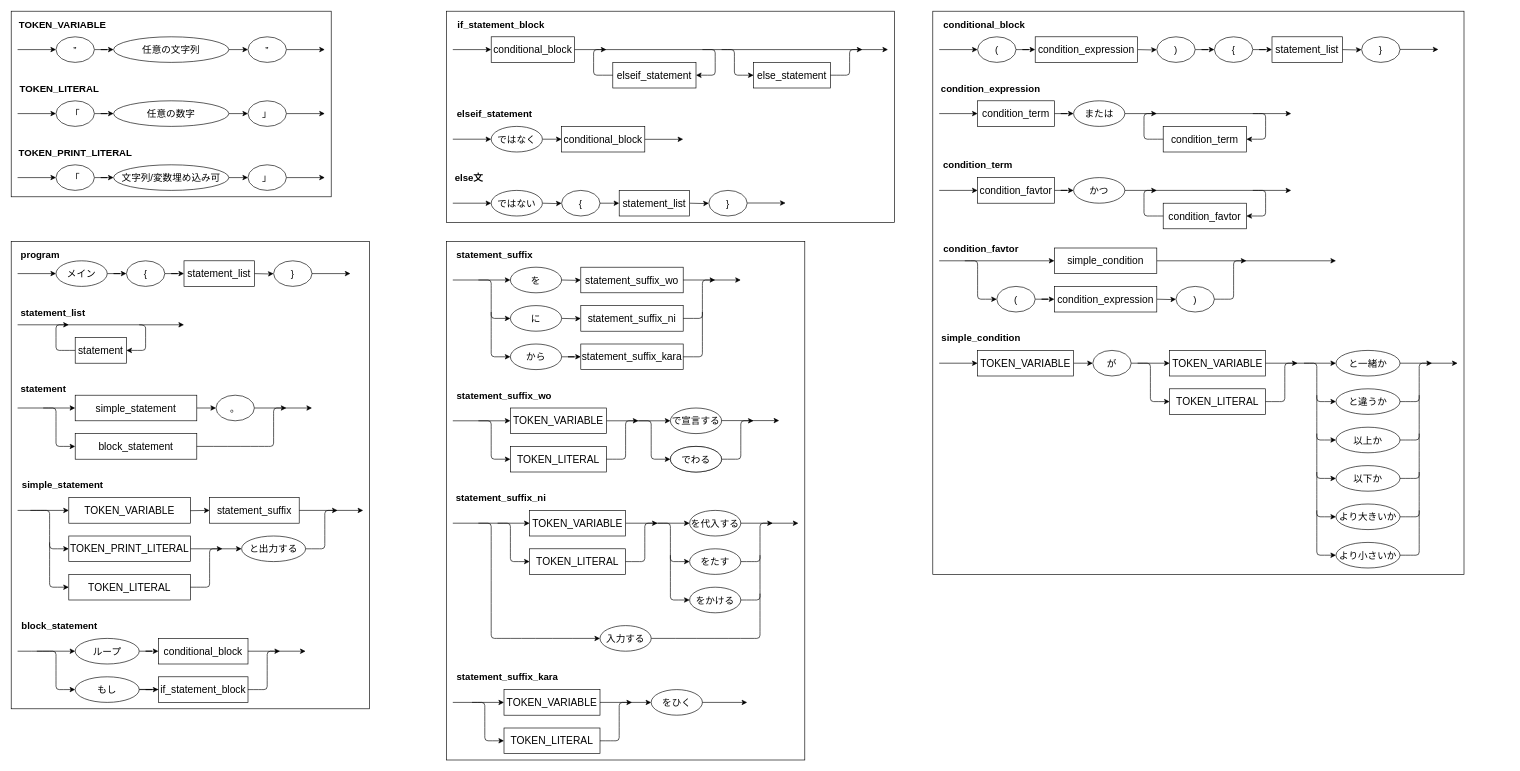
The draw.io diagram docs/japanese_c_lang.drawio in NAoMi-1242/japanese_c_lang, before the edit. Source tidied: cells renumbered, new cells numbered last; positions are measured from the earlier drawing's top-left corner, leaving out a move shared by most shapes. Both pictures are drawn from the tidied source at 64%, with x=0, y=0 at pixel (11, 11).
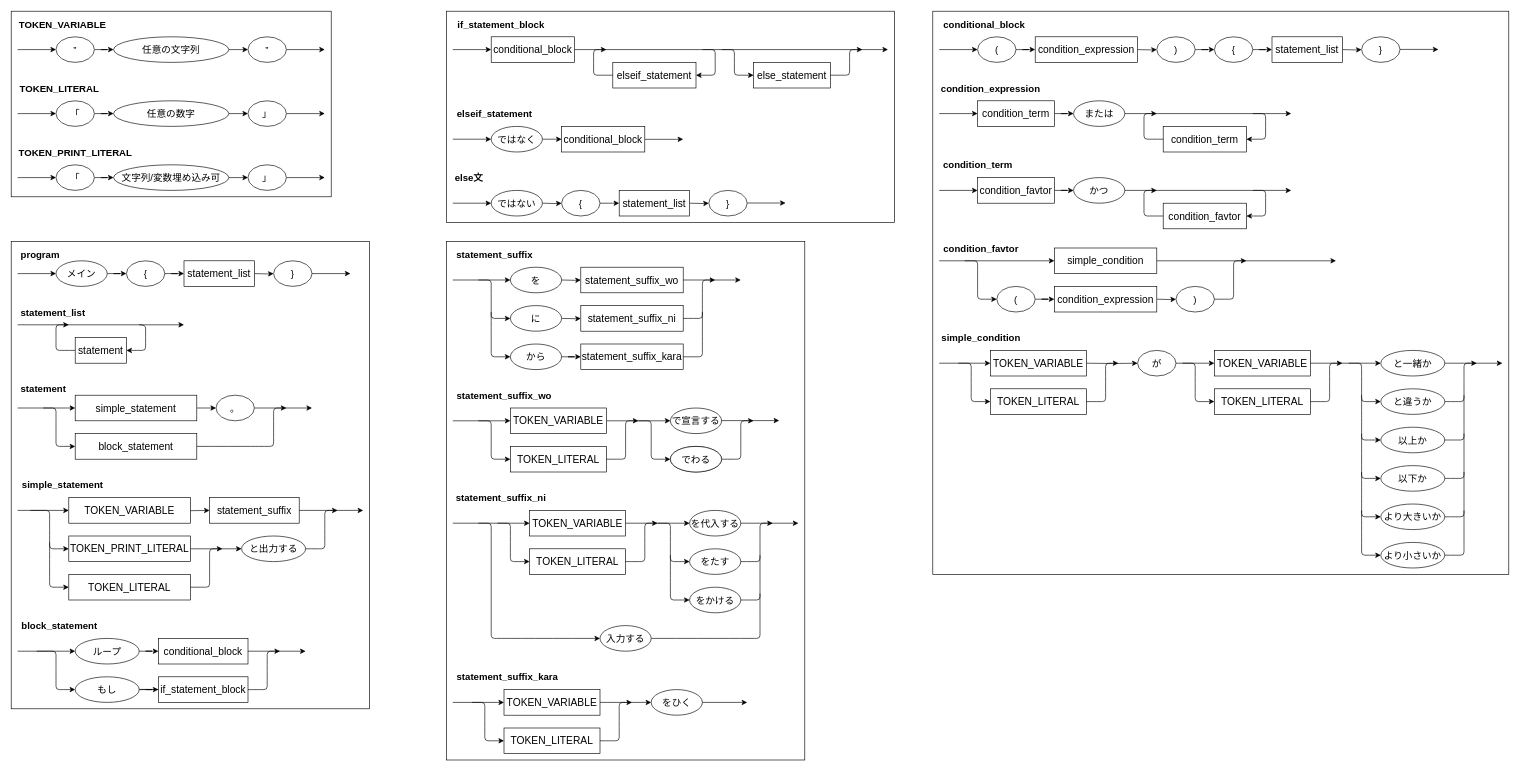
The same diagram, later.

Diff of the diagram source:
```diff
@@
     <mxCell id="4" style="rounded=0;whiteSpace=wrap;html=1;" parent="1" vertex="1">
-      <mxGeometry x="1440" width="830" height="880" as="geometry" />
+      <mxGeometry x="1440" width="900" height="880" as="geometry" />
     </mxCell>
@@
     <mxCell id="134" style="curved=1;endArrow=classic;html=1;rounded=0;entryX=0;entryY=0.5;entryDx=0;entryDy=0;" parent="1" edge="1">
       <mxGeometry relative="1" as="geometry">
-        <mxPoint x="2020" y="550" as="sourcePoint" />
-        <mxPoint x="2070" y="610" as="targetPoint" />
+        <mxPoint x="2090" y="550" as="sourcePoint" />
+        <mxPoint x="2140" y="610" as="targetPoint" />
         <Array as="points">
-          <mxPoint x="2030" y="550" />
-          <mxPoint x="2040" y="550" />
-          <mxPoint x="2040" y="560" />
-          <mxPoint x="2040" y="600" />
-          <mxPoint x="2040" y="610" />
-          <mxPoint x="2050" y="610" />
+          <mxPoint x="2100" y="550" />
+          <mxPoint x="2110" y="550" />
+          <mxPoint x="2110" y="560" />
+          <mxPoint x="2110" y="600" />
+          <mxPoint x="2110" y="610" />
+          <mxPoint x="2120" y="610" />
         </Array>
       </mxGeometry>
     </mxCell>
-    <mxCell id="135" style="edgeStyle=orthogonalEdgeStyle;rounded=0;orthogonalLoop=1;jettySize=auto;html=1;" parent="1" edge="1">
+    <mxCell id="135" style="edgeStyle=orthogonalEdgeStyle;rounded=0;jettySize=auto;html=1;entryX=0;entryY=0.5;entryDx=0;entryDy=0;" parent="1" edge="1" target="145">
       <mxGeometry relative="1" as="geometry">
-        <mxPoint x="1660" y="550" as="sourcePoint" />
-        <mxPoint x="1690" y="550" as="targetPoint" />
+        <mxPoint x="1680" y="550" as="sourcePoint" />
       </mxGeometry>
     </mxCell>
     <mxCell id="136" value="TOKEN_VARIABLE" style="rounded=0;whiteSpace=wrap;html=1;fontSize=16;" parent="1" vertex="1">
-      <mxGeometry x="1510" y="530" width="150" height="40" as="geometry" />
+      <mxGeometry x="1530" y="530" width="150" height="40" as="geometry" />
     </mxCell>
     <mxCell id="137" style="curved=1;endArrow=classic;html=1;rounded=0;entryX=0;entryY=0.5;entryDx=0;entryDy=0;" parent="1" edge="1">
       <mxGeometry relative="1" as="geometry">
-        <mxPoint x="2040" y="660" as="sourcePoint" />
-        <mxPoint x="2070" y="730" as="targetPoint" />
+        <mxPoint x="2110" y="660" as="sourcePoint" />
+        <mxPoint x="2140" y="730" as="targetPoint" />
         <Array as="points">
-          <mxPoint x="2040" y="690" />
-          <mxPoint x="2040" y="700" />
-          <mxPoint x="2040" y="720" />
-          <mxPoint x="2040" y="730" />
-          <mxPoint x="2050" y="730" />
+          <mxPoint x="2110" y="690" />
+          <mxPoint x="2110" y="700" />
+          <mxPoint x="2110" y="720" />
+          <mxPoint x="2110" y="730" />
+          <mxPoint x="2120" y="730" />
         </Array>
       </mxGeometry>
     </mxCell>
     <mxCell id="138" style="curved=1;endArrow=classic;html=1;rounded=0;entryX=0;entryY=0.5;entryDx=0;entryDy=0;" parent="1" edge="1">
       <mxGeometry relative="1" as="geometry">
-        <mxPoint x="2040" y="720" as="sourcePoint" />
-        <mxPoint x="2070" y="790" as="targetPoint" />
+        <mxPoint x="2110" y="720" as="sourcePoint" />
+        <mxPoint x="2140" y="790" as="targetPoint" />
         <Array as="points">
-          <mxPoint x="2040" y="750" />
-          <mxPoint x="2040" y="760" />
-          <mxPoint x="2040" y="780" />
-          <mxPoint x="2040" y="790" />
-          <mxPoint x="2050" y="790" />
+          <mxPoint x="2110" y="750" />
+          <mxPoint x="2110" y="760" />
+          <mxPoint x="2110" y="780" />
+          <mxPoint x="2110" y="790" />
+          <mxPoint x="2120" y="790" />
         </Array>
       </mxGeometry>
     </mxCell>
     <mxCell id="139" style="curved=1;endArrow=classic;html=1;rounded=0;exitX=1;exitY=0.5;exitDx=0;exitDy=0;" parent="1" edge="1">
       <mxGeometry relative="1" as="geometry">
-        <mxPoint x="2170" y="610" as="sourcePoint" />
-        <mxPoint x="2220" y="550" as="targetPoint" />
+        <mxPoint x="2240" y="610" as="sourcePoint" />
+        <mxPoint x="2290" y="550" as="targetPoint" />
         <Array as="points">
-          <mxPoint x="2190" y="610" />
-          <mxPoint x="2200" y="610" />
-          <mxPoint x="2200" y="600" />
-          <mxPoint x="2200" y="560" />
-          <mxPoint x="2200" y="550" />
-          <mxPoint x="2210" y="550" />
+          <mxPoint x="2260" y="610" />
+          <mxPoint x="2270" y="610" />
+          <mxPoint x="2270" y="600" />
+          <mxPoint x="2270" y="560" />
+          <mxPoint x="2270" y="550" />
+          <mxPoint x="2280" y="550" />
         </Array>
       </mxGeometry>
     </mxCell>
     <mxCell id="140" style="curved=1;endArrow=none;html=1;rounded=0;endFill=0;exitX=1;exitY=0.5;exitDx=0;exitDy=0;" parent="1" edge="1">
       <mxGeometry relative="1" as="geometry">
-        <mxPoint x="2170" y="730" as="sourcePoint" />
-        <mxPoint x="2200" y="660" as="targetPoint" />
+        <mxPoint x="2240" y="730" as="sourcePoint" />
+        <mxPoint x="2270" y="660" as="targetPoint" />
         <Array as="points">
-          <mxPoint x="2190" y="730" />
-          <mxPoint x="2200" y="730" />
-          <mxPoint x="2200" y="720" />
+          <mxPoint x="2260" y="730" />
+          <mxPoint x="2270" y="730" />
+          <mxPoint x="2270" y="720" />
         </Array>
       </mxGeometry>
     </mxCell>
     <mxCell id="141" style="curved=1;endArrow=none;html=1;rounded=0;endFill=0;exitX=1;exitY=0.5;exitDx=0;exitDy=0;" parent="1" edge="1">
       <mxGeometry relative="1" as="geometry">
-        <mxPoint x="2170" y="790" as="sourcePoint" />
-        <mxPoint x="2200" y="720" as="targetPoint" />
+        <mxPoint x="2240" y="790" as="sourcePoint" />
+        <mxPoint x="2270" y="720" as="targetPoint" />
         <Array as="points">
-          <mxPoint x="2190" y="790" />
-          <mxPoint x="2200" y="790" />
-          <mxPoint x="2200" y="780" />
+          <mxPoint x="2260" y="790" />
+          <mxPoint x="2270" y="790" />
+          <mxPoint x="2270" y="780" />
         </Array>
       </mxGeometry>
     </mxCell>
     <mxCell id="142" style="endArrow=classic;html=1;rounded=0;" parent="1" edge="1">
       <mxGeometry relative="1" as="geometry">
-        <mxPoint x="2170" y="550" as="sourcePoint" />
-        <mxPoint x="2260" y="550" as="targetPoint" />
+        <mxPoint x="2240" y="550" as="sourcePoint" />
+        <mxPoint x="2330" y="550" as="targetPoint" />
       </mxGeometry>
     </mxCell>
     <mxCell id="143" value="以上か" style="ellipse;whiteSpace=wrap;html=1;fontSize=15;" parent="1" vertex="1">
-      <mxGeometry x="2070" y="650" width="100" height="40" as="geometry" />
+      <mxGeometry x="2140" y="650" width="100" height="40" as="geometry" />
     </mxCell>
@@
     <mxCell id="145" value="が" style="ellipse;whiteSpace=wrap;html=1;fontSize=15;" parent="1" vertex="1">
-      <mxGeometry x="1690" y="530" width="60" height="40" as="geometry" />
+      <mxGeometry x="1760" y="530" width="60" height="40" as="geometry" />
     </mxCell>
     <mxCell id="146" value="TOKEN_VARIABLE" style="rounded=0;whiteSpace=wrap;html=1;fontSize=16;" parent="1" vertex="1">
-      <mxGeometry x="1810" y="530" width="150" height="40" as="geometry" />
+      <mxGeometry x="1880" y="530" width="150" height="40" as="geometry" />
     </mxCell>
     <mxCell id="147" value="と一緒か" style="ellipse;whiteSpace=wrap;html=1;fontSize=15;" parent="1" vertex="1">
-      <mxGeometry x="2070" y="530" width="100" height="40" as="geometry" />
+      <mxGeometry x="2140" y="530" width="100" height="40" as="geometry" />
     </mxCell>
     <mxCell id="148" value="以下か" style="ellipse;whiteSpace=wrap;html=1;fontSize=15;" parent="1" vertex="1">
-      <mxGeometry x="2070" y="710" width="100" height="40" as="geometry" />
+      <mxGeometry x="2140" y="710" width="100" height="40" as="geometry" />
     </mxCell>
     <mxCell id="149" value="より大きいか" style="ellipse;whiteSpace=wrap;html=1;fontSize=15;" parent="1" vertex="1">
-      <mxGeometry x="2070" y="770" width="100" height="40" as="geometry" />
+      <mxGeometry x="2140" y="770" width="100" height="40" as="geometry" />
     </mxCell>
     <mxCell id="150" value="より小さいか" style="ellipse;whiteSpace=wrap;html=1;fontSize=15;" parent="1" vertex="1">
-      <mxGeometry x="2070" y="830" width="100" height="40" as="geometry" />
+      <mxGeometry x="2140" y="830" width="100" height="40" as="geometry" />
     </mxCell>
     <mxCell id="151" style="curved=1;endArrow=none;html=1;rounded=0;endFill=0;exitX=1;exitY=0.5;exitDx=0;exitDy=0;" parent="1" edge="1">
       <mxGeometry relative="1" as="geometry">
-        <mxPoint x="2170" y="850" as="sourcePoint" />
-        <mxPoint x="2200" y="780" as="targetPoint" />
+        <mxPoint x="2240" y="850" as="sourcePoint" />
+        <mxPoint x="2270" y="780" as="targetPoint" />
         <Array as="points">
-          <mxPoint x="2190" y="850" />
-          <mxPoint x="2200" y="850" />
-          <mxPoint x="2200" y="840" />
+          <mxPoint x="2260" y="850" />
+          <mxPoint x="2270" y="850" />
+          <mxPoint x="2270" y="840" />
         </Array>
       </mxGeometry>
     </mxCell>
     <mxCell id="152" style="curved=1;endArrow=classic;html=1;rounded=0;entryX=0;entryY=0.5;entryDx=0;entryDy=0;" parent="1" edge="1">
       <mxGeometry relative="1" as="geometry">
-        <mxPoint x="2040" y="780" as="sourcePoint" />
-        <mxPoint x="2070" y="850" as="targetPoint" />
+        <mxPoint x="2110" y="780" as="sourcePoint" />
+        <mxPoint x="2140" y="850" as="targetPoint" />
         <Array as="points">
-          <mxPoint x="2040" y="810" />
-          <mxPoint x="2040" y="820" />
-          <mxPoint x="2040" y="840" />
-          <mxPoint x="2040" y="850" />
-          <mxPoint x="2050" y="850" />
+          <mxPoint x="2110" y="810" />
+          <mxPoint x="2110" y="820" />
+          <mxPoint x="2110" y="840" />
+          <mxPoint x="2110" y="850" />
+          <mxPoint x="2120" y="850" />
         </Array>
       </mxGeometry>
     </mxCell>
     <mxCell id="153" style="endArrow=classic;html=1;rounded=0;exitX=1;exitY=0.5;exitDx=0;exitDy=0;" parent="1" edge="1">
       <mxGeometry relative="1" as="geometry">
-        <mxPoint x="1960" y="550" as="sourcePoint" />
-        <mxPoint x="2070" y="550" as="targetPoint" />
+        <mxPoint x="2030" y="550" as="sourcePoint" />
+        <mxPoint x="2140" y="550" as="targetPoint" />
       </mxGeometry>
     </mxCell>
@@
     <mxCell id="156" style="curved=1;endArrow=classic;html=1;rounded=0;entryX=0;entryY=0.5;entryDx=0;entryDy=0;" parent="1" edge="1">
       <mxGeometry relative="1" as="geometry">
-        <mxPoint x="1760" y="550" as="sourcePoint" />
-        <mxPoint x="1810" y="610" as="targetPoint" />
+        <mxPoint x="1830" y="550" as="sourcePoint" />
+        <mxPoint x="1880" y="610" as="targetPoint" />
         <Array as="points">
-          <mxPoint x="1770" y="550" />
-          <mxPoint x="1780" y="550" />
-          <mxPoint x="1780" y="560" />
-          <mxPoint x="1780" y="600" />
-          <mxPoint x="1780" y="610" />
-          <mxPoint x="1790" y="610" />
+          <mxPoint x="1840" y="550" />
+          <mxPoint x="1850" y="550" />
+          <mxPoint x="1850" y="560" />
+          <mxPoint x="1850" y="600" />
+          <mxPoint x="1850" y="610" />
+          <mxPoint x="1860" y="610" />
         </Array>
       </mxGeometry>
     </mxCell>
     <mxCell id="157" value="TOKEN_LITERAL" style="rounded=0;whiteSpace=wrap;html=1;fontSize=16;" parent="1" vertex="1">
-      <mxGeometry x="1810" y="590" width="150" height="40" as="geometry" />
+      <mxGeometry x="1880" y="590" width="150" height="40" as="geometry" />
     </mxCell>
     <mxCell id="158" style="curved=1;endArrow=classic;html=1;rounded=0;exitX=1;exitY=0.5;exitDx=0;exitDy=0;" parent="1" edge="1">
       <mxGeometry relative="1" as="geometry">
-        <mxPoint x="1960" y="610" as="sourcePoint" />
-        <mxPoint x="2010" y="550" as="targetPoint" />
+        <mxPoint x="2030" y="610" as="sourcePoint" />
+        <mxPoint x="2080" y="550" as="targetPoint" />
         <Array as="points">
-          <mxPoint x="1980" y="610" />
-          <mxPoint x="1990" y="610" />
-          <mxPoint x="1990" y="600" />
-          <mxPoint x="1990" y="560" />
-          <mxPoint x="1990" y="550" />
-          <mxPoint x="2000" y="550" />
+          <mxPoint x="2050" y="610" />
+          <mxPoint x="2060" y="610" />
+          <mxPoint x="2060" y="600" />
+          <mxPoint x="2060" y="560" />
+          <mxPoint x="2060" y="550" />
+          <mxPoint x="2070" y="550" />
         </Array>
       </mxGeometry>
     </mxCell>
@@
     <mxCell id="231" value="と違うか" style="ellipse;whiteSpace=wrap;html=1;fontSize=15;" parent="1" vertex="1">
-      <mxGeometry x="2070" y="590" width="100" height="40" as="geometry" />
+      <mxGeometry x="2140" y="590" width="100" height="40" as="geometry" />
     </mxCell>
     <mxCell id="232" style="curved=1;endArrow=classic;html=1;rounded=0;entryX=0;entryY=0.5;entryDx=0;entryDy=0;" parent="1" edge="1">
       <mxGeometry relative="1" as="geometry">
-        <mxPoint x="2040" y="600" as="sourcePoint" />
-        <mxPoint x="2070" y="670" as="targetPoint" />
+        <mxPoint x="2110" y="600" as="sourcePoint" />
+        <mxPoint x="2140" y="670" as="targetPoint" />
         <Array as="points">
-          <mxPoint x="2040" y="630" />
-          <mxPoint x="2040" y="640" />
-          <mxPoint x="2040" y="660" />
-          <mxPoint x="2040" y="670" />
-          <mxPoint x="2050" y="670" />
+          <mxPoint x="2110" y="630" />
+          <mxPoint x="2110" y="640" />
+          <mxPoint x="2110" y="660" />
+          <mxPoint x="2110" y="670" />
+          <mxPoint x="2120" y="670" />
         </Array>
       </mxGeometry>
     </mxCell>
     <mxCell id="233" style="curved=1;endArrow=none;html=1;rounded=0;endFill=0;exitX=1;exitY=0.5;exitDx=0;exitDy=0;" parent="1" edge="1">
       <mxGeometry relative="1" as="geometry">
-        <mxPoint x="2170" y="670" as="sourcePoint" />
-        <mxPoint x="2200" y="600" as="targetPoint" />
+        <mxPoint x="2240" y="670" as="sourcePoint" />
+        <mxPoint x="2270" y="600" as="targetPoint" />
         <Array as="points">
-          <mxPoint x="2190" y="670" />
-          <mxPoint x="2200" y="670" />
-          <mxPoint x="2200" y="660" />
+          <mxPoint x="2260" y="670" />
+          <mxPoint x="2270" y="670" />
+          <mxPoint x="2270" y="660" />
         </Array>
       </mxGeometry>
     </mxCell>
+    <mxCell id="234" style="curved=1;endArrow=classic;html=1;rounded=0;entryX=0;entryY=0.5;entryDx=0;entryDy=0;" parent="1" edge="1">
+      <mxGeometry relative="1" as="geometry">
+        <mxPoint x="1480" y="550" as="sourcePoint" />
+        <mxPoint x="1530" y="610" as="targetPoint" />
+        <Array as="points">
+          <mxPoint x="1490" y="550" />
+          <mxPoint x="1500" y="550" />
+          <mxPoint x="1500" y="560" />
+          <mxPoint x="1500" y="600" />
+          <mxPoint x="1500" y="610" />
+          <mxPoint x="1510" y="610" />
+        </Array>
+      </mxGeometry>
+    </mxCell>
+    <mxCell id="235" value="TOKEN_LITERAL" style="rounded=0;whiteSpace=wrap;html=1;fontSize=16;" parent="1" vertex="1">
+      <mxGeometry x="1530" y="590" width="150" height="40" as="geometry" />
+    </mxCell>
+    <mxCell id="236" style="curved=1;endArrow=classic;html=1;rounded=0;exitX=1;exitY=0.5;exitDx=0;exitDy=0;" parent="1" edge="1">
+      <mxGeometry relative="1" as="geometry">
+        <mxPoint x="1680" y="610" as="sourcePoint" />
+        <mxPoint x="1730" y="550" as="targetPoint" />
+        <Array as="points">
+          <mxPoint x="1700" y="610" />
+          <mxPoint x="1710" y="610" />
+          <mxPoint x="1710" y="600" />
+          <mxPoint x="1710" y="560" />
+          <mxPoint x="1710" y="550" />
+          <mxPoint x="1720" y="550" />
+        </Array>
+      </mxGeometry>
+    </mxCell>
```
